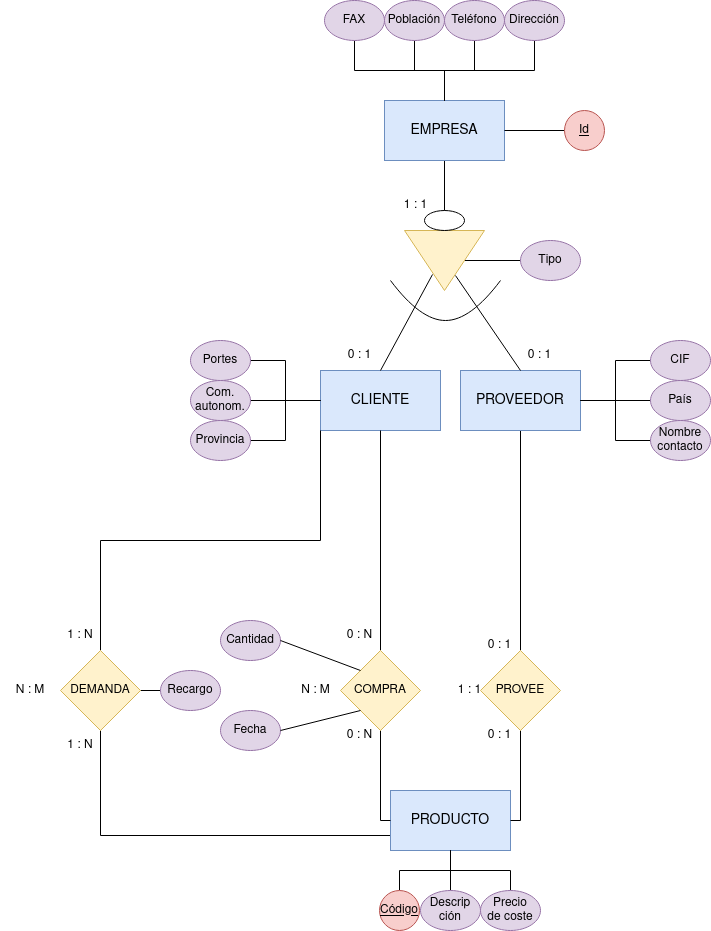
Before: Unidad-2/Tareas-entregables/entregable-4/images/Tarea-entregable-4.png, a diagram exported from draw.io (IsaiasTolP/Base-Datos). Source tidied: cells renumbered, new cells last; positions are measured from the earlier drawing's top-left corner, leaving out a move shared by most shapes.
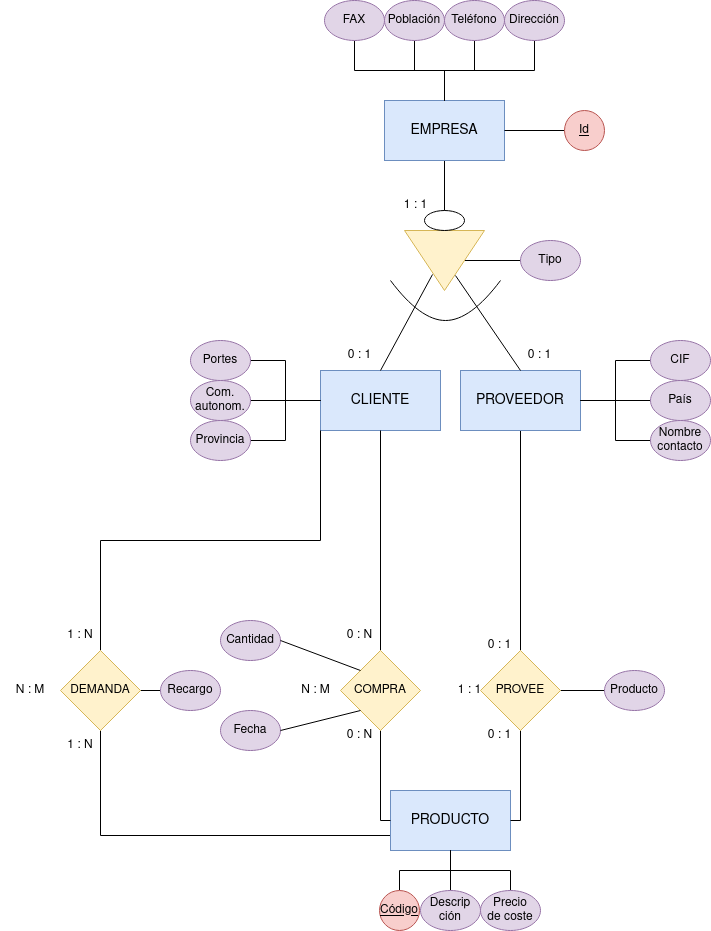
After the commit.

Diff of the diagram source:
```diff
@@ -123,6 +123,9 @@
         </Array>
       </mxGeometry>
     </mxCell>
+    <mxCell id="69" style="edgeStyle=orthogonalEdgeStyle;rounded=0;jettySize=auto;html=1;endArrow=none;endFill=0;" parent="1" edge="1" source="41" target="70">
+      <mxGeometry relative="1" as="geometry" />
+    </mxCell>
     <mxCell id="41" value="PROVEE" style="rhombus;whiteSpace=wrap;html=1;fillColor=#fff2cc;strokeColor=#d6b656;" parent="1" vertex="1">
       <mxGeometry x="480" y="650" width="80" height="80" as="geometry" />
     </mxCell>
@@ -218,5 +221,8 @@
     <mxCell id="68" value="N : M" style="text;html=1;strokeColor=none;fillColor=none;align=center;verticalAlign=middle;whiteSpace=wrap;rounded=0;" parent="1" vertex="1">
       <mxGeometry y="675" width="60" height="30" as="geometry" />
     </mxCell>
+    <mxCell id="70" value="Producto" style="ellipse;whiteSpace=wrap;html=1;fillColor=#e1d5e7;strokeColor=#9673a6;" parent="1" vertex="1">
+      <mxGeometry x="604" y="670" width="60" height="40" as="geometry" />
+    </mxCell>
   </root>
 </mxGraphModel>
```
